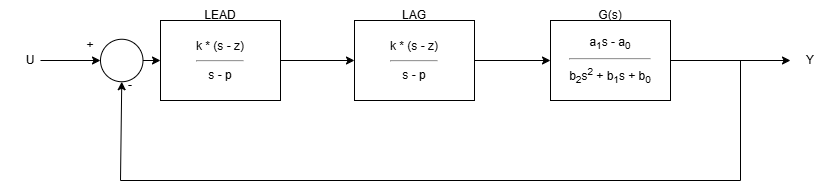
This is MMM_diagram.png from Kruk1/MMM, a draw.io export, as it was before one commit. Source tidied: cells renumbered, new cells last; positions are measured from the earlier drawing's top-left corner, leaving out a move shared by most shapes. Source of this version:
```xml
<mxGraphModel>
  <root>
    <mxCell id="0" />
    <mxCell id="1" parent="0" />
    <mxCell id="2" style="endArrow=classic;html=1;rounded=0;entryX=0;entryY=0.5;entryDx=0;entryDy=0;" parent="1" edge="1">
      <mxGeometry relative="1" as="geometry">
        <mxPoint x="280" y="60" as="sourcePoint" />
        <mxPoint x="354" y="60" as="targetPoint" />
      </mxGeometry>
    </mxCell>
    <mxCell id="3" style="endArrow=classic;html=1;rounded=0;exitX=1;exitY=0.5;exitDx=0;exitDy=0;" parent="1" edge="1">
      <mxGeometry relative="1" as="geometry">
        <mxPoint x="474" y="60" as="sourcePoint" />
        <mxPoint x="550" y="60" as="targetPoint" />
      </mxGeometry>
    </mxCell>
    <mxCell id="4" style="ellipse;whiteSpace=wrap;html=1;" parent="1" vertex="1">
      <mxGeometry x="100" y="38.8" width="42.5" height="42.5" as="geometry" />
    </mxCell>
    <mxCell id="5" style="endArrow=classic;html=1;rounded=0;" parent="1" edge="1">
      <mxGeometry relative="1" as="geometry">
        <mxPoint x="670" y="60" as="sourcePoint" />
        <mxPoint x="790" y="60" as="targetPoint" />
      </mxGeometry>
    </mxCell>
    <mxCell id="6" style="endArrow=classic;html=1;rounded=0;entryX=0;entryY=0.5;entryDx=0;entryDy=0;" parent="1" edge="1" target="4">
      <mxGeometry relative="1" as="geometry">
        <mxPoint x="40" y="60" as="sourcePoint" />
      </mxGeometry>
    </mxCell>
    <mxCell id="7" style="endArrow=none;html=1;rounded=0;" parent="1" edge="1">
      <mxGeometry relative="1" as="geometry">
        <mxPoint x="740" y="180" as="sourcePoint" />
        <mxPoint x="740" y="60" as="targetPoint" />
      </mxGeometry>
    </mxCell>
    <mxCell id="8" style="endArrow=none;html=1;rounded=0;" parent="1" edge="1">
      <mxGeometry relative="1" as="geometry">
        <mxPoint x="120" y="180" as="sourcePoint" />
        <mxPoint x="740" y="180" as="targetPoint" />
      </mxGeometry>
    </mxCell>
    <mxCell id="9" style="endArrow=classic;html=1;rounded=0;entryX=0;entryY=0.5;entryDx=0;entryDy=0;" parent="1" edge="1">
      <mxGeometry relative="1" as="geometry">
        <mxPoint x="142.5" y="60" as="sourcePoint" />
        <mxPoint x="160" y="60" as="targetPoint" />
      </mxGeometry>
    </mxCell>
    <mxCell id="10" style="endArrow=classic;html=1;rounded=0;entryX=0.5;entryY=1;entryDx=0;entryDy=0;" parent="1" edge="1" target="4">
      <mxGeometry relative="1" as="geometry">
        <mxPoint x="120" y="180" as="sourcePoint" />
      </mxGeometry>
    </mxCell>
    <mxCell id="11" value="LEAD" style="text;html=1;align=center;verticalAlign=middle;whiteSpace=wrap;rounded=0;" parent="1" vertex="1">
      <mxGeometry x="190" width="60" height="30" as="geometry" />
    </mxCell>
    <mxCell id="12" value="LAG" style="text;html=1;align=center;verticalAlign=middle;whiteSpace=wrap;rounded=0;" parent="1" vertex="1">
      <mxGeometry x="384" width="60" height="30" as="geometry" />
    </mxCell>
    <mxCell id="13" value="G(s)" style="text;html=1;align=center;verticalAlign=middle;whiteSpace=wrap;rounded=0;" parent="1" vertex="1">
      <mxGeometry x="580" width="60" height="30" as="geometry" />
    </mxCell>
    <mxCell id="14" value="-" style="text;html=1;align=center;verticalAlign=middle;whiteSpace=wrap;rounded=0;" parent="1" vertex="1">
      <mxGeometry x="100" y="70" width="60" height="30" as="geometry" />
    </mxCell>
    <mxCell id="15" value="+" style="text;html=1;align=center;verticalAlign=middle;whiteSpace=wrap;rounded=0;" parent="1" vertex="1">
      <mxGeometry x="60" y="30" width="60" height="30" as="geometry" />
    </mxCell>
    <mxCell id="16" value="U" style="text;html=1;align=center;verticalAlign=middle;whiteSpace=wrap;rounded=0;" parent="1" vertex="1">
      <mxGeometry y="45" width="60" height="30" as="geometry" />
    </mxCell>
    <mxCell id="17" value="Y" style="text;html=1;align=center;verticalAlign=middle;whiteSpace=wrap;rounded=0;" parent="1" vertex="1">
      <mxGeometry x="780" y="50" width="60" height="20" as="geometry" />
    </mxCell>
    <mxCell id="18" value="k * (s - z)&lt;hr&gt;s - p" style="html=1;whiteSpace=wrap;" parent="1" vertex="1">
      <mxGeometry x="160" y="20" width="120" height="80" as="geometry" />
    </mxCell>
    <mxCell id="19" value="k * (s - z)&lt;hr&gt;s - p" style="html=1;whiteSpace=wrap;" parent="1" vertex="1">
      <mxGeometry x="354" y="20" width="120" height="80" as="geometry" />
    </mxCell>
    <mxCell id="20" value="a&lt;sub&gt;1&lt;/sub&gt;s - a&lt;sub&gt;0&lt;/sub&gt;&lt;hr&gt;b&lt;sub&gt;2&lt;/sub&gt;s&lt;sup&gt;2&lt;/sup&gt; + b&lt;sub&gt;1&lt;/sub&gt;s + b&lt;sub&gt;0&lt;/sub&gt;" style="html=1;whiteSpace=wrap;" parent="1" vertex="1">
      <mxGeometry x="550" y="20" width="120" height="80" as="geometry" />
    </mxCell>
  </root>
</mxGraphModel>
```
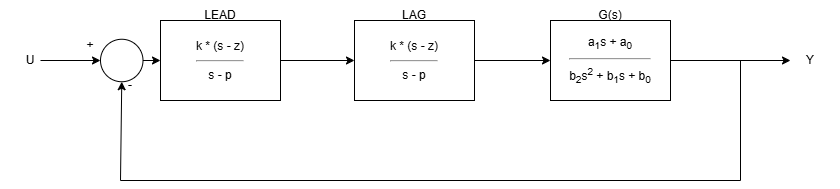
Later version of the same file.

Change to the diagram source:
```diff
@@ -78,7 +78,7 @@
     <mxCell id="19" value="k * (s - z)&lt;hr&gt;s - p" style="html=1;whiteSpace=wrap;" parent="1" vertex="1">
       <mxGeometry x="354" y="20" width="120" height="80" as="geometry" />
     </mxCell>
-    <mxCell id="20" value="a&lt;sub&gt;1&lt;/sub&gt;s - a&lt;sub&gt;0&lt;/sub&gt;&lt;hr&gt;b&lt;sub&gt;2&lt;/sub&gt;s&lt;sup&gt;2&lt;/sup&gt; + b&lt;sub&gt;1&lt;/sub&gt;s + b&lt;sub&gt;0&lt;/sub&gt;" style="html=1;whiteSpace=wrap;" parent="1" vertex="1">
+    <mxCell id="20" value="a&lt;sub&gt;1&lt;/sub&gt;s + a&lt;sub&gt;0&lt;/sub&gt;&lt;hr&gt;b&lt;sub&gt;2&lt;/sub&gt;s&lt;sup&gt;2&lt;/sup&gt; + b&lt;sub&gt;1&lt;/sub&gt;s + b&lt;sub&gt;0&lt;/sub&gt;" style="html=1;whiteSpace=wrap;" parent="1" vertex="1">
       <mxGeometry x="550" y="20" width="120" height="80" as="geometry" />
     </mxCell>
   </root>
```
